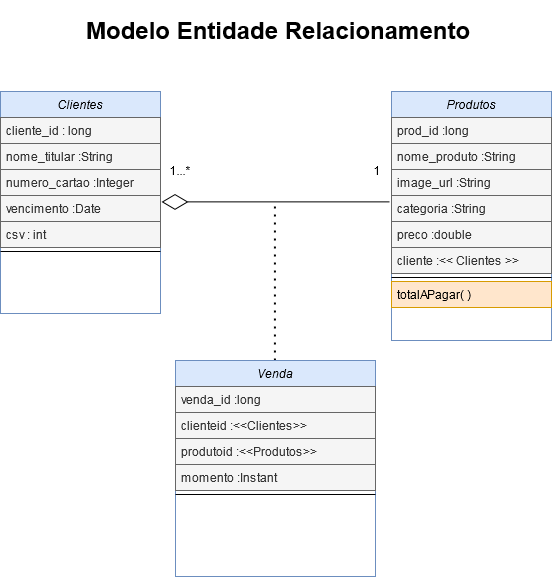
Leozin89python/store-engine-project keeps this draw.io diagram as arquitetura e projeto/arquitetura/MER/diagrama de classes uml.png. Above is the earlier version. Source tidied: cells renumbered, new cells last; positions are measured from the earlier drawing's top-left corner, leaving out a move shared by most shapes.
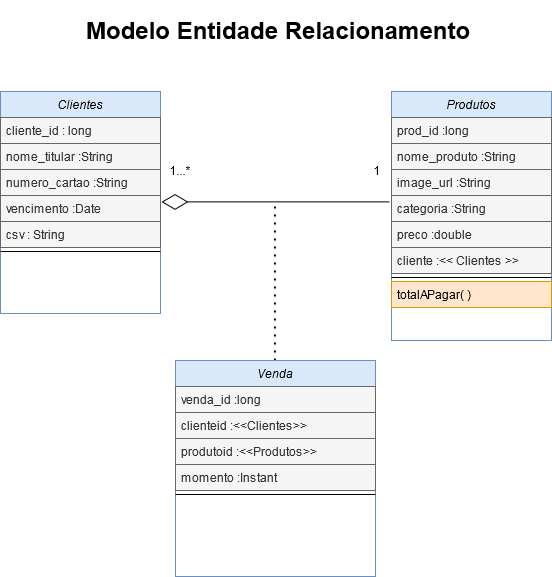
The same file after the commit.

Commit message:
store-project-api-version~1.1.30

What changed in the source:
```diff
@@ -17,13 +17,13 @@
     <mxCell id="5" value="nome_titular :String" style="text;align=left;verticalAlign=top;spacingLeft=4;spacingRight=4;overflow=hidden;rounded=0;shadow=0;html=0;fillColor=#f5f5f5;strokeColor=#666666;fontColor=#333333;" parent="3" vertex="1">
       <mxGeometry y="52" width="160" height="26" as="geometry" />
     </mxCell>
-    <mxCell id="6" value="numero_cartao :Integer" style="text;align=left;verticalAlign=top;spacingLeft=4;spacingRight=4;overflow=hidden;rounded=0;shadow=0;html=0;fillColor=#f5f5f5;strokeColor=#666666;fontColor=#333333;" parent="3" vertex="1">
+    <mxCell id="6" value="numero_cartao :String" style="text;align=left;verticalAlign=top;spacingLeft=4;spacingRight=4;overflow=hidden;rounded=0;shadow=0;html=0;fillColor=#f5f5f5;strokeColor=#666666;fontColor=#333333;" parent="3" vertex="1">
       <mxGeometry y="78" width="160" height="26" as="geometry" />
     </mxCell>
     <mxCell id="7" value="vencimento :Date" style="text;align=left;verticalAlign=top;spacingLeft=4;spacingRight=4;overflow=hidden;rounded=0;shadow=0;html=0;fillColor=#f5f5f5;strokeColor=#666666;fontColor=#333333;" parent="3" vertex="1">
       <mxGeometry y="104" width="160" height="26" as="geometry" />
     </mxCell>
-    <mxCell id="8" value="csv : int" style="text;align=left;verticalAlign=top;spacingLeft=4;spacingRight=4;overflow=hidden;rounded=0;shadow=0;html=0;fillColor=#f5f5f5;strokeColor=#666666;fontColor=#333333;" parent="3" vertex="1">
+    <mxCell id="8" value="csv : String" style="text;align=left;verticalAlign=top;spacingLeft=4;spacingRight=4;overflow=hidden;rounded=0;shadow=0;html=0;fillColor=#f5f5f5;strokeColor=#666666;fontColor=#333333;" parent="3" vertex="1">
       <mxGeometry y="130" width="160" height="26" as="geometry" />
     </mxCell>
     <mxCell id="9" style="line;html=1;strokeWidth=1;align=left;verticalAlign=middle;spacingTop=-1;spacingLeft=3;spacingRight=3;labelPosition=right;" parent="3" vertex="1">
```
